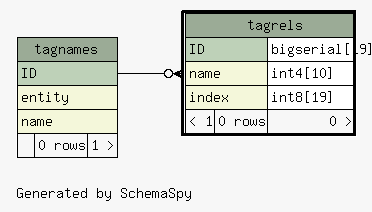
Before: diagrams/tagrels.1degree.png, a diagram exported from Graphviz (zeyosinc/zeyos-schema). Its source is kept beside it as diagrams/tagrels.1degree.dot. Source of this version:
```dot
digraph "oneDegreeRelationshipsDiagram" {
  graph [
    rankdir="RL"
    bgcolor="#f7f7f7"
    label="\nGenerated by SchemaSpy"
    labeljust="l"
    nodesep="0.18"
    ranksep="0.46"
    fontname="Helvetica"
    fontsize="11"
  ];
  node [
    fontname="Helvetica"
    fontsize="11"
    shape="plaintext"
  ];
  edge [
    arrowsize="0.8"
  ];
  "tagrels":"name":w -> "tagnames":"ID":e [arrowhead=none dir=back arrowtail=crowodot];
  "tagnames" [
    label=<
    <TABLE BORDER="0" CELLBORDER="1" CELLSPACING="0" BGCOLOR="#ffffff">
      <TR><TD COLSPAN="3" BGCOLOR="#9bab96" ALIGN="CENTER">tagnames</TD></TR>
      <TR><TD PORT="ID" COLSPAN="3" BGCOLOR="#bed1b8" ALIGN="LEFT">ID</TD></TR>
      <TR><TD PORT="entity" COLSPAN="3" BGCOLOR="#f4f7da" ALIGN="LEFT">entity</TD></TR>
      <TR><TD PORT="name" COLSPAN="3" BGCOLOR="#f4f7da" ALIGN="LEFT">name</TD></TR>
      <TR><TD ALIGN="LEFT" BGCOLOR="#f7f7f7">  </TD><TD ALIGN="RIGHT" BGCOLOR="#f7f7f7">0 rows</TD><TD ALIGN="RIGHT" BGCOLOR="#f7f7f7">1 &gt;</TD></TR>
    </TABLE>>
    URL="tagnames.html"
    tooltip="tagnames"
  ];
  "tagrels" [
    label=<
    <TABLE BORDER="2" CELLBORDER="1" CELLSPACING="0" BGCOLOR="#ffffff">
      <TR><TD COLSPAN="3" BGCOLOR="#9bab96" ALIGN="CENTER">tagrels</TD></TR>
      <TR><TD PORT="ID" COLSPAN="2" BGCOLOR="#bed1b8" ALIGN="LEFT">ID</TD><TD PORT="ID.type" ALIGN="LEFT">bigserial[19]</TD></TR>
      <TR><TD PORT="name" COLSPAN="2" BGCOLOR="#f4f7da" ALIGN="LEFT">name</TD><TD PORT="name.type" ALIGN="LEFT">int4[10]</TD></TR>
      <TR><TD PORT="index" COLSPAN="2" BGCOLOR="#f4f7da" ALIGN="LEFT">index</TD><TD PORT="index.type" ALIGN="LEFT">int8[19]</TD></TR>
      <TR><TD ALIGN="LEFT" BGCOLOR="#f7f7f7">&lt; 1</TD><TD ALIGN="RIGHT" BGCOLOR="#f7f7f7">0 rows</TD><TD ALIGN="RIGHT" BGCOLOR="#f7f7f7">0 &gt;</TD></TR>
    </TABLE>>
    URL="tagrels.html"
    tooltip="tagrels"
  ];
}
```
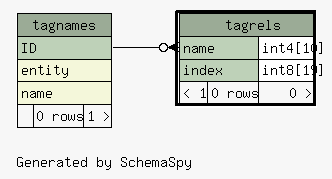
The same diagram one commit later.

The edit, as a diff of the source:
```diff
@@ -34,9 +34,8 @@
     label=<
     <TABLE BORDER="2" CELLBORDER="1" CELLSPACING="0" BGCOLOR="#ffffff">
       <TR><TD COLSPAN="3" BGCOLOR="#9bab96" ALIGN="CENTER">tagrels</TD></TR>
-      <TR><TD PORT="ID" COLSPAN="2" BGCOLOR="#bed1b8" ALIGN="LEFT">ID</TD><TD PORT="ID.type" ALIGN="LEFT">bigserial[19]</TD></TR>
-      <TR><TD PORT="name" COLSPAN="2" BGCOLOR="#f4f7da" ALIGN="LEFT">name</TD><TD PORT="name.type" ALIGN="LEFT">int4[10]</TD></TR>
-      <TR><TD PORT="index" COLSPAN="2" BGCOLOR="#f4f7da" ALIGN="LEFT">index</TD><TD PORT="index.type" ALIGN="LEFT">int8[19]</TD></TR>
+      <TR><TD PORT="name" COLSPAN="2" BGCOLOR="#bed1b8" ALIGN="LEFT">name</TD><TD PORT="name.type" ALIGN="LEFT">int4[10]</TD></TR>
+      <TR><TD PORT="index" COLSPAN="2" BGCOLOR="#bed1b8" ALIGN="LEFT">index</TD><TD PORT="index.type" ALIGN="LEFT">int8[19]</TD></TR>
       <TR><TD ALIGN="LEFT" BGCOLOR="#f7f7f7">&lt; 1</TD><TD ALIGN="RIGHT" BGCOLOR="#f7f7f7">0 rows</TD><TD ALIGN="RIGHT" BGCOLOR="#f7f7f7">0 &gt;</TD></TR>
     </TABLE>>
     URL="tagrels.html"
```
